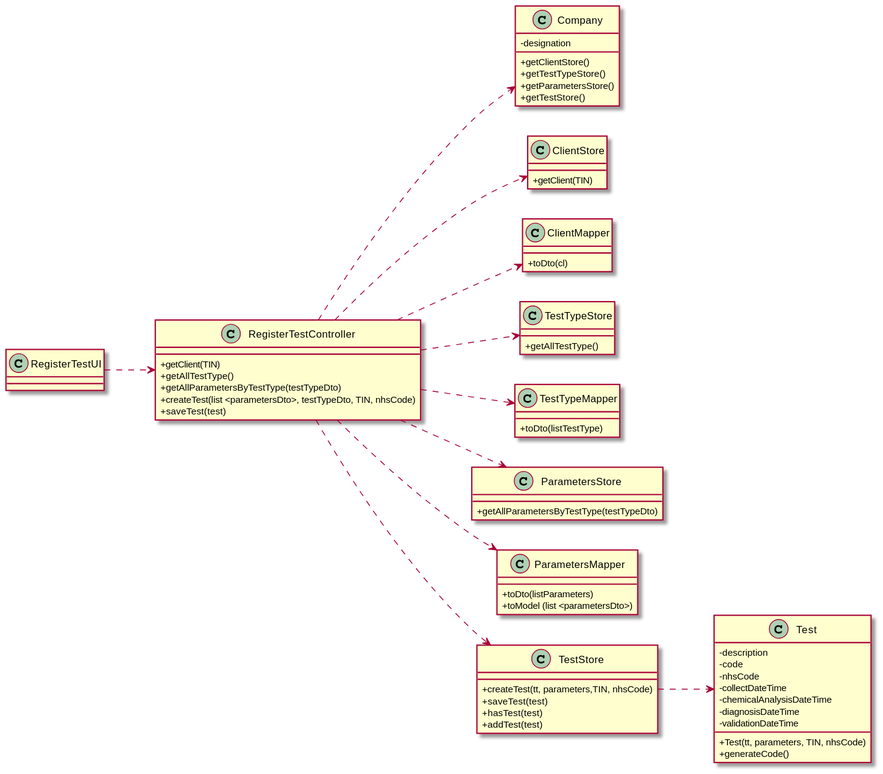
This is docs/SprintC/US04/US04-CD.svg from 0franciscor/lei-21-s2-1de-g19, a PlantUML export, as it was before one commit.
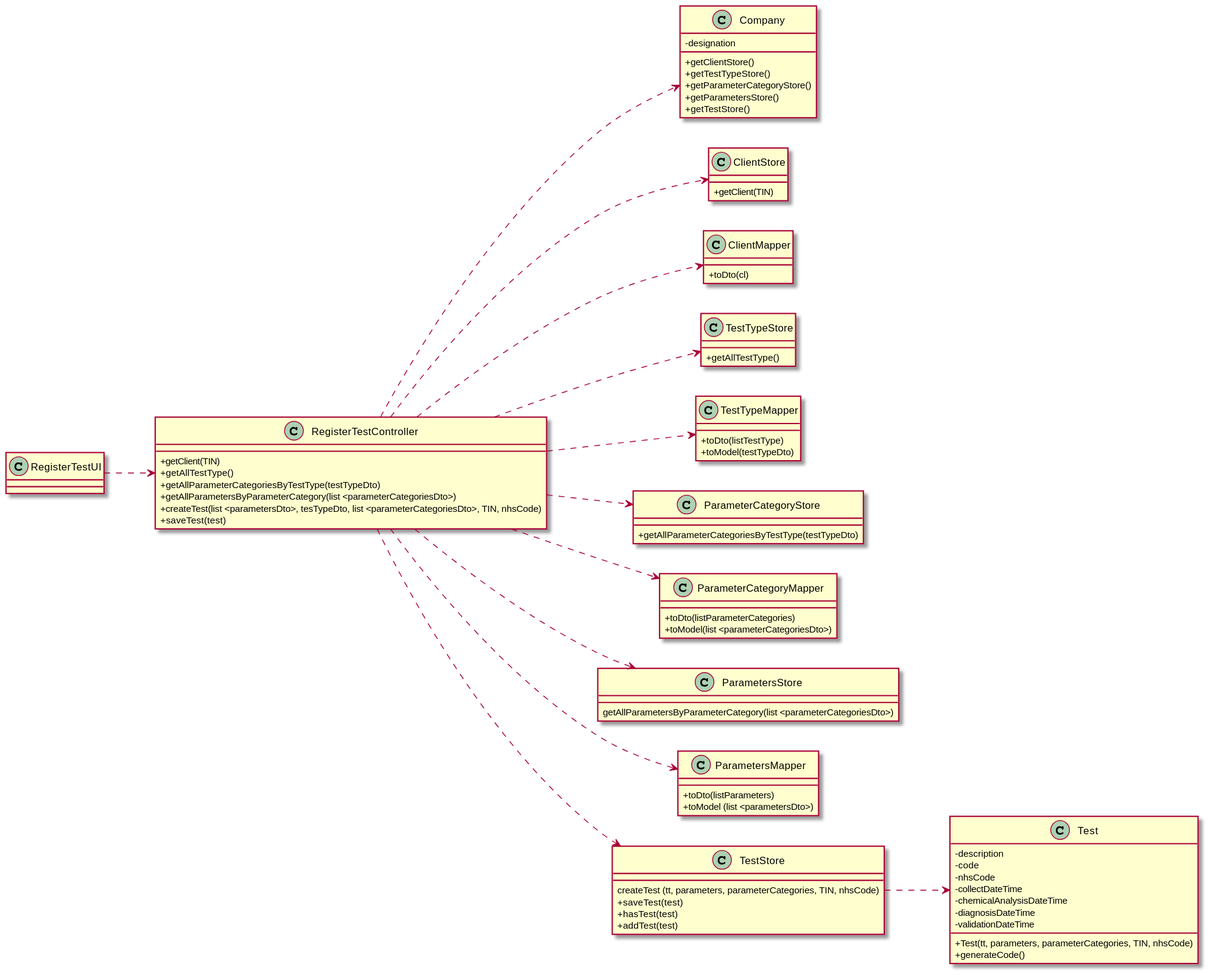
After the commit.

The edit, as a diff of the source:
```diff
@@ -8,8 +8,9 @@
 class "RegisterTestController" as RTC {
 +getClient(TIN)
 +getAllTestType()
-+getAllParametersByTestType(testTypeDto)
-+createTest(list <parametersDto>, testTypeDto, TIN, nhsCode)
++getAllParameterCategoriesByTestType(testTypeDto)
++getAllParametersByParameterCategory(list <parameterCategoriesDto>)
++createTest(list <parametersDto>, tesTypeDto, list <parameterCategoriesDto>, TIN, nhsCode)
 +saveTest(test)
 }
 
@@ -17,6 +18,7 @@
 -designation
 +getClientStore()
 +getTestTypeStore()
++getParameterCategoryStore()
 +getParametersStore()
 +getTestStore()
 }
@@ -35,10 +37,20 @@
 
 class "TestTypeMapper" as TTM {
 +toDto(listTestType)
++toModel(testTypeDto)
+}
+
+class "ParameterCategoryStore" as PCS {
++getAllParameterCategoriesByTestType(testTypeDto)
+}
+
+class "ParameterCategoryMapper" as PCM {
++toDto(listParameterCategories)
++toModel(list <parameterCategoriesDto>)
 }
 
 class "ParametersStore" as PS {
-+getAllParametersByTestType(testTypeDto)
+getAllParametersByParameterCategory(list <parameterCategoriesDto>)
 }
 
 class "ParametersMapper" as PM {
@@ -47,7 +59,7 @@
 }
 
 class "TestStore" as TS {
-+createTest(tt, parameters,TIN, nhsCode)
+createTest (tt, parameters, parameterCategories, TIN, nhsCode)
 +saveTest(test)
 +hasTest(test)
 +addTest(test)
@@ -61,7 +73,7 @@
 -chemicalAnalysisDateTime
 -diagnosisDateTime
 -validationDateTime
-+Test(tt, parameters, TIN, nhsCode)
++Test(tt, parameters, parameterCategories, TIN, nhsCode)
 +generateCode()
 }
 
@@ -71,6 +83,8 @@
 RTC ..> C
 RTC ..> TTS
 RTC ..> TTM
+RTC ..> PCS
+RTC ..> PCM
 RTC ..> PS
 RTC ..> PM
 RTC ..> TS
```
